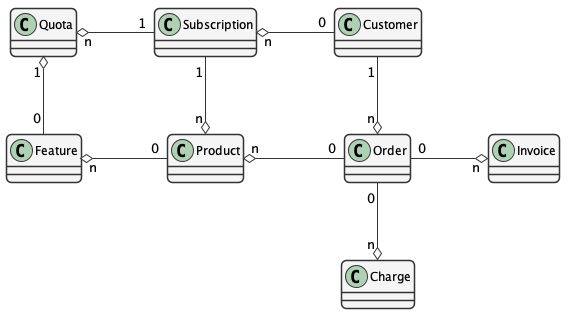
Earlier version of the PlantUML export images/overview.png (csjx/d1-membership-plan-mgmt).
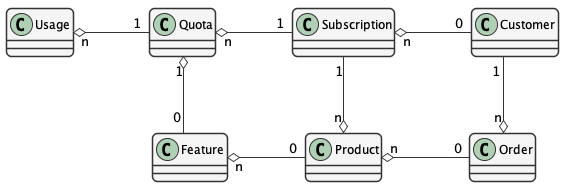
After the commit.

Commit message:
Add a Usage class and section to track usage instances of Quotas.

Diff of the diagram source:
```diff
@@ -2,6 +2,7 @@
       skinparam shadowing false
       skinparam roundcorner 10
       skinparam linetype ortho
+      skinparam bbackgroundColor #000000
 
       skinparam sequence {
       	ArrowColor #1F4260
@@ -40,20 +41,18 @@
 }
 class Order {
 }
-class Invoice {
-}
-class Charge {
-}
 class Quota {
 }
+class Usage {
+}
+
 
 Customer "1" --o "n" Order : "          "
 Order "0" -right-o "n" Product : "          "
-Order "0" -up-o "n" Charge : "          "
-Order "0" -left-o "n" Invoice : "          "
 Customer "0" -right-o "n" Subscription : "          "
 Subscription "1" -up-o "n" Product : "          "
 Subscription "1" -right-o "n" Quota : "          "
+Quota "1" -right-o "n" Usage : "          "
 Product "0" -right-o "n" Feature : "          "
 Feature "0" -down-o "1" Quota : "          "
 @enduml
```
